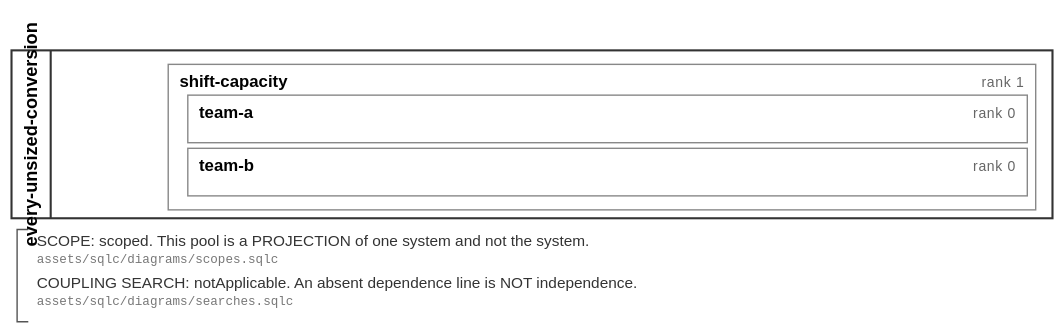
Above: assets/svg/filings/every-unsized-conversion.svg in soulstompp/process-modulus (BPMN), before the change. Its source is kept beside it as assets/bpmn/filings/every-unsized-conversion.bpmn. Ids are renumbered. Source of this version:
```xml
<!-- GENERATED from process-modulus by examples/diagramming/main.rs. DO NOT EDIT.
     source: the filing `every-unsized-conversion`; change the model, not this file.
     laws:   assets/sqlc/diagrams/roster.sqlc -->
<definitions xmlns="http://www.omg.org/spec/BPMN/20100524/MODEL"
             xmlns:tns="urn:example:fixture:group:every-unsized-conversion"
             xmlns:bpmndi="http://www.omg.org/spec/BPMN/20100524/DI"
             xmlns:dc="http://www.omg.org/spec/DD/20100524/DC"
             targetNamespace="urn:example:fixture:group:every-unsized-conversion"
             id="defs_every-unsized-conversion">
  <collaboration id="collab_every-unsized-conversion">
    <participant id="pool_every-unsized-conversion" name="every-unsized-conversion" processRef="proc_every-unsized-conversion"/>
  </collaboration>
  <process id="proc_every-unsized-conversion" isExecutable="false">
    <documentation>pm:Stack of `every-unsized-conversion`. Rendered from process-modulus; the arithmetic is not here, and how much of the system this stack holds is on the laneSet. [assets/sqlc/diagrams/pools.sqlc]</documentation>
    <laneSet id="lanes_every-unsized-conversion" name="draw">
      <documentation>scope: scoped. `complete` asserts there are no other layers of this system, `scoped` says somebody established what lies outside and excluded it, `unbounded` says nobody looked. ⛔ A LANE SET CANNOT SAY WHICH, so this sentence is the only place it is said. Basis: stipulated: two teams and the layer they are parts of. The group runs more
                    than this and this document does not carry it [assets/sqlc/diagrams/scopes.sqlc]</documentation>
      <documentation>coupling search: notApplicable. `unmeasured` is nobody looked, `none` is somebody looked and found no dependence, `notApplicable` is there is no pair to couple, `stated` is the dependences drawn here. An absent line is not independence. [assets/sqlc/diagrams/searches.sqlc]</documentation>
      <lane id="lane_every-unsized-conversion_shift-capacity" name="shift-capacity">
        <documentation>rank 1; nothing beneath this layer needs evaluating first at rank 0, and a higher rank waits on every arrival below it [assets/sqlc/rank/evaluation_order.sqlc]</documentation>
        <childLaneSet id="kids_every-unsized-conversion_shift-capacity" name="parts">
          <lane id="lane_every-unsized-conversion_team-a" name="team-a">
            <documentation>rank 0; nothing beneath this layer needs evaluating first at rank 0, and a higher rank waits on every arrival below it [assets/sqlc/rank/evaluation_order.sqlc]</documentation>
          </lane>
          <lane id="lane_every-unsized-conversion_team-b" name="team-b">
            <documentation>rank 0; nothing beneath this layer needs evaluating first at rank 0, and a higher rank waits on every arrival below it [assets/sqlc/rank/evaluation_order.sqlc]</documentation>
          </lane>
        </childLaneSet>
      </lane>
    </laneSet>
    <textAnnotation id="note_every-unsized-conversion_scope">
      <text>SCOPE: scoped. This pool is a PROJECTION of one system and not the system. [assets/sqlc/diagrams/scopes.sqlc]</text>
    </textAnnotation>
    <textAnnotation id="note_every-unsized-conversion_search">
      <text>COUPLING SEARCH: notApplicable. An absent dependence line is NOT independence. [assets/sqlc/diagrams/searches.sqlc]</text>
    </textAnnotation>
  </process>
  <bpmndi:BPMNDiagram id="diagram_every-unsized-conversion">
    <bpmndi:BPMNPlane id="plane_every-unsized-conversion" bpmnElement="tns:collab_every-unsized-conversion">
      <bpmndi:BPMNShape id="shape_every-unsized-conversion_pool" bpmnElement="tns:pool_every-unsized-conversion" isHorizontal="true">
        <dc:Bounds x="8" y="36" width="744" height="120"/>
      </bpmndi:BPMNShape>
      <bpmndi:BPMNShape id="shape_every-unsized-conversion_lane_every-unsized-conversion_shift-capacity" bpmnElement="tns:lane_every-unsized-conversion_shift-capacity">
        <dc:Bounds x="120" y="46" width="620" height="104"/>
      </bpmndi:BPMNShape>
      <bpmndi:BPMNShape id="shape_every-unsized-conversion_lane_every-unsized-conversion_team-a" bpmnElement="tns:lane_every-unsized-conversion_team-a">
        <dc:Bounds x="134" y="68" width="600" height="34"/>
      </bpmndi:BPMNShape>
      <bpmndi:BPMNShape id="shape_every-unsized-conversion_lane_every-unsized-conversion_team-b" bpmnElement="tns:lane_every-unsized-conversion_team-b">
        <dc:Bounds x="134" y="106" width="600" height="34"/>
      </bpmndi:BPMNShape>
    </bpmndi:BPMNPlane>
  </bpmndi:BPMNDiagram>
</definitions>
```
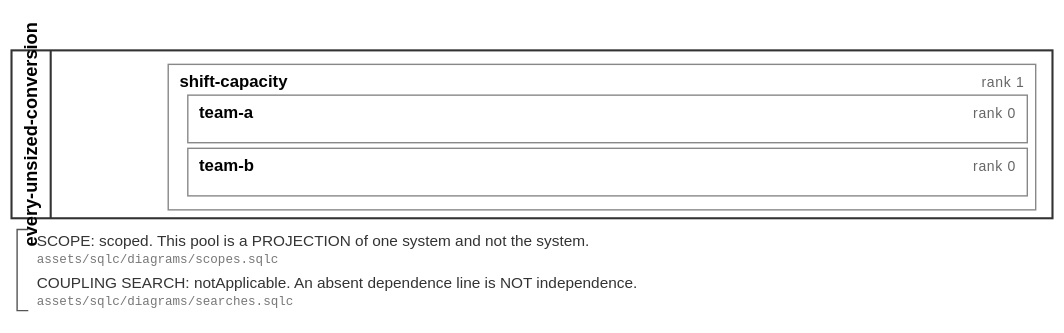
After the change.

Diff of the diagram source:
```diff
@@ -5,6 +5,7 @@
              xmlns:tns="urn:example:fixture:group:every-unsized-conversion"
              xmlns:bpmndi="http://www.omg.org/spec/BPMN/20100524/DI"
              xmlns:dc="http://www.omg.org/spec/DD/20100524/DC"
+             xmlns:di="http://www.omg.org/spec/DD/20100524/DI"
              targetNamespace="urn:example:fixture:group:every-unsized-conversion"
              id="defs_every-unsized-conversion">
   <collaboration id="collab_every-unsized-conversion">
@@ -49,6 +50,12 @@
       <bpmndi:BPMNShape id="shape_every-unsized-conversion_lane_every-unsized-conversion_team-b" bpmnElement="tns:lane_every-unsized-conversion_team-b">
         <dc:Bounds x="134" y="106" width="600" height="34"/>
       </bpmndi:BPMNShape>
+      <bpmndi:BPMNShape id="shape_every-unsized-conversion_note_every-unsized-conversion_scope" bpmnElement="tns:note_every-unsized-conversion_scope">
+        <dc:Bounds x="20" y="164" width="720" height="28"/>
+      </bpmndi:BPMNShape>
+      <bpmndi:BPMNShape id="shape_every-unsized-conversion_note_every-unsized-conversion_search" bpmnElement="tns:note_every-unsized-conversion_search">
+        <dc:Bounds x="20" y="194" width="720" height="28"/>
+      </bpmndi:BPMNShape>
     </bpmndi:BPMNPlane>
   </bpmndi:BPMNDiagram>
 </definitions>
```
